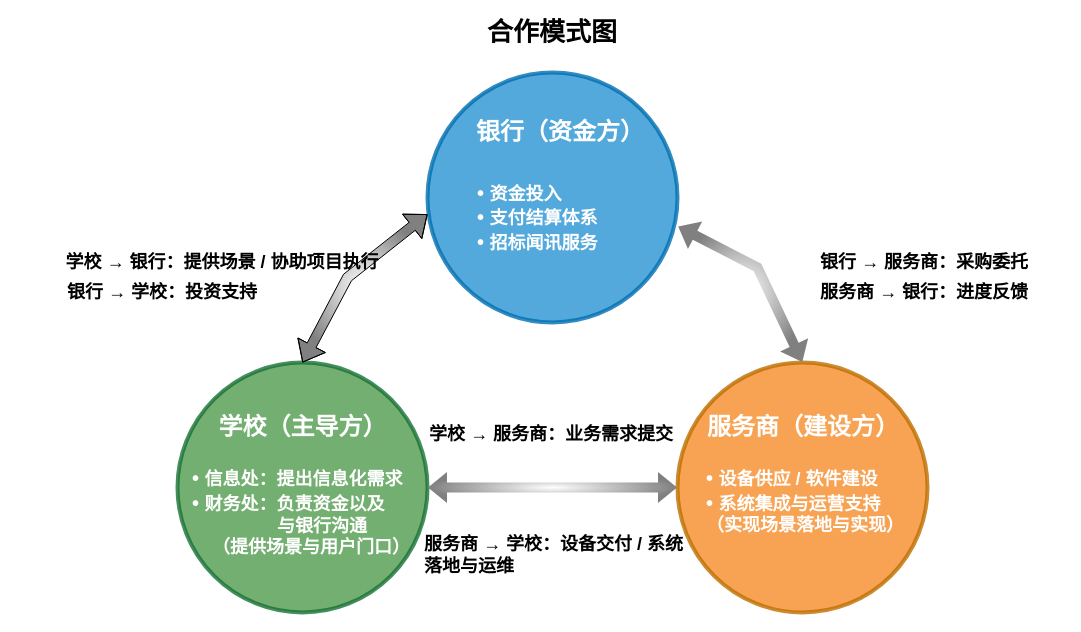
Earlier version of the draw.io diagram page "三方合作模式" (17 of 19) of 青岛恒星示意.drawio (bzerozero7/test). Source tidied: cells renumbered, new cells numbered last; positions are measured from the earlier drawing's top-left corner, leaving out a move shared by most shapes. Both pictures are drawn from the tidied source at 100%, with x=0, y=0 at pixel (17, 17).
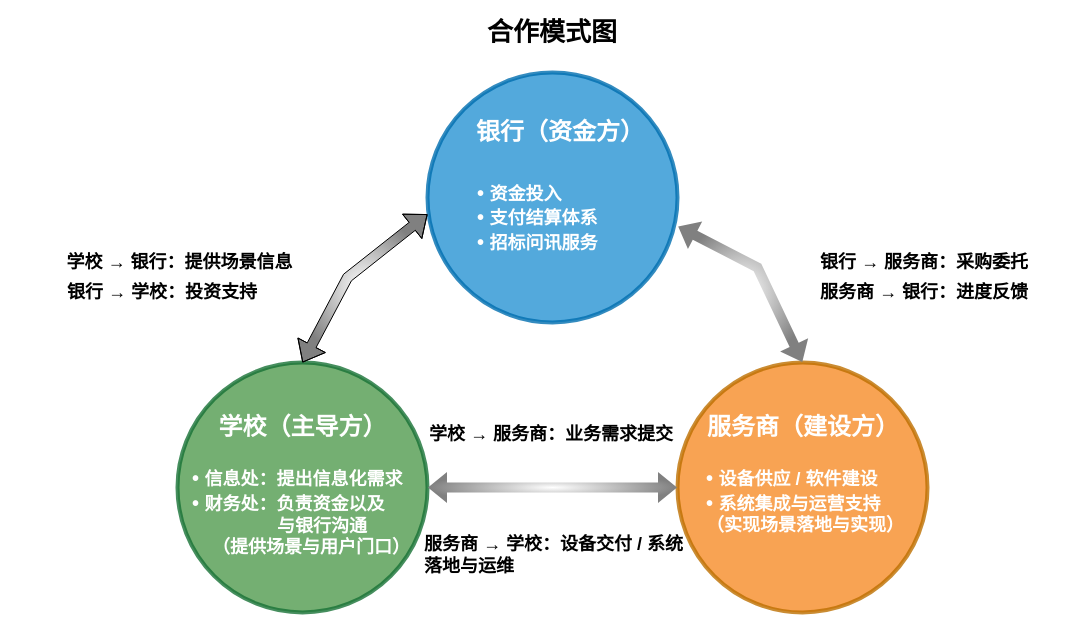
The same diagram, later.

Diff of the diagram source:
```diff
@@
-    <mxCell id="12" value="&lt;div&gt;&lt;font style=&quot;font-size: 18px;&quot;&gt;&lt;b&gt;&lt;span style=&quot;font-size: 20px; background-color: transparent; color: light-dark(rgb(255, 255, 255), rgb(18, 18, 18));&quot;&gt;•&amp;nbsp;&lt;/span&gt;资金投入&lt;/b&gt;&lt;/font&gt;&lt;/div&gt;&lt;div&gt;&lt;font style=&quot;font-size: 18px;&quot;&gt;&lt;b&gt;&lt;span style=&quot;font-size: 20px; background-color: transparent; color: light-dark(rgb(255, 255, 255), rgb(18, 18, 18));&quot;&gt;•&amp;nbsp;&lt;/span&gt;支付结算体系&lt;/b&gt;&lt;/font&gt;&lt;/div&gt;&lt;div&gt;&lt;font style=&quot;font-size: 18px;&quot;&gt;&lt;b&gt;&lt;span style=&quot;font-size: 20px; background-color: transparent; color: light-dark(rgb(255, 255, 255), rgb(18, 18, 18));&quot;&gt;•&amp;nbsp;&lt;/span&gt;招标闻讯服务&lt;/b&gt;&lt;/font&gt;&lt;/div&gt;" style="text;html=1;whiteSpace=wrap;strokeColor=none;fillColor=none;align=left;verticalAlign=middle;rounded=0;fontColor=#FFFFFF;" parent="1" vertex="1">
+    <mxCell id="12" value="&lt;div&gt;&lt;font style=&quot;font-size: 18px;&quot;&gt;&lt;b&gt;&lt;span style=&quot;font-size: 20px; background-color: transparent; color: light-dark(rgb(255, 255, 255), rgb(18, 18, 18));&quot;&gt;•&amp;nbsp;&lt;/span&gt;资金投入&lt;/b&gt;&lt;/font&gt;&lt;/div&gt;&lt;div&gt;&lt;font style=&quot;font-size: 18px;&quot;&gt;&lt;b&gt;&lt;span style=&quot;font-size: 20px; background-color: transparent; color: light-dark(rgb(255, 255, 255), rgb(18, 18, 18));&quot;&gt;•&amp;nbsp;&lt;/span&gt;支付结算体系&lt;/b&gt;&lt;/font&gt;&lt;/div&gt;&lt;div&gt;&lt;font style=&quot;font-size: 18px;&quot;&gt;&lt;b&gt;&lt;span style=&quot;font-size: 20px; background-color: transparent; color: light-dark(rgb(255, 255, 255), rgb(18, 18, 18));&quot;&gt;•&amp;nbsp;&lt;/span&gt;招标问讯服务&lt;/b&gt;&lt;/font&gt;&lt;/div&gt;" style="text;html=1;whiteSpace=wrap;strokeColor=none;fillColor=none;align=left;verticalAlign=middle;rounded=0;fontColor=#FFFFFF;" parent="1" vertex="1">
       <mxGeometry x="457.5" y="160" width="170" height="80" as="geometry" />
     </mxCell>
@@
-    <mxCell id="15" value="&lt;font style=&quot;font-size: 18px;&quot;&gt;&lt;b&gt;学校 → 银行：提供场景 / 协助项目执行&lt;/b&gt;&lt;/font&gt;" style="text;html=1;whiteSpace=wrap;strokeColor=none;fillColor=none;align=center;verticalAlign=middle;rounded=0;" parent="1" vertex="1">
-      <mxGeometry x="40" y="230" width="330" height="30" as="geometry" />
+    <mxCell id="15" value="&lt;font style=&quot;font-size: 18px;&quot;&gt;&lt;b&gt;学校 → 银行：提供场景信息&amp;nbsp;&lt;/b&gt;&lt;/font&gt;" style="text;html=1;whiteSpace=wrap;strokeColor=none;fillColor=none;align=center;verticalAlign=middle;rounded=0;" parent="1" vertex="1">
+      <mxGeometry y="230" width="330" height="30" as="geometry" />
     </mxCell>
```
